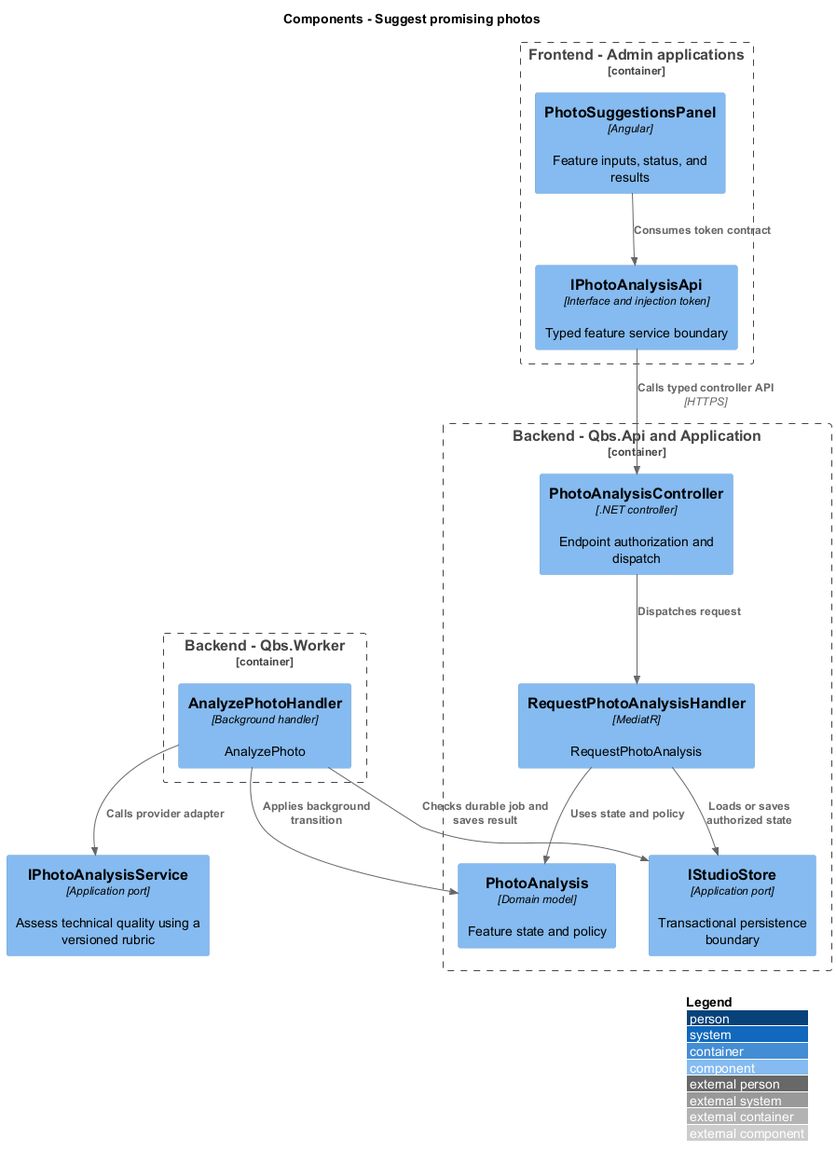
Earlier version of the PlantUML export docs/detailed-designs/session-photos/suggest-promising-photos/diagrams/c4-component.png (QuinntyneBrown/quinntyne-brown-studio). Its diagram source:
```plantuml
@startuml
!include <C4/C4_Component>
LAYOUT_WITH_LEGEND()
title Components - Suggest promising photos
Container_Boundary(frontend, "Frontend - Admin applications") {
 Component(page, "PhotoSuggestionsPanel", "Angular", "Feature inputs, status, and results")
 Component(client, "IPhotoAnalysisApi", "Interface and injection token", "Typed feature service boundary")
}
Container_Boundary(api, "Backend - Qbs.Api and Application") {
 Component(ctrl, "PhotoAnalysisController", ".NET controller", "Endpoint authorization and dispatch")
 Component(handler0, "RequestPhotoAnalysisHandler", "MediatR", "RequestPhotoAnalysis")
 Component(entity, "PhotoAnalysis", "Domain model", "Feature state and policy")
 Component(store, "IStudioStore", "Application port", "Transactional persistence boundary")
}
Container_Boundary(worker, "Backend - Qbs.Worker") {
 Component(job0, "AnalyzePhotoHandler", "Background handler", "AnalyzePhoto")
}
Rel(page, client, "Consumes token contract")
Rel(client, ctrl, "Calls typed controller API", "HTTPS")
Rel(ctrl, handler0, "Dispatches request")
Rel(handler0, entity, "Uses state and policy")
Rel(handler0, store, "Loads or saves authorized state")
Rel(job0, entity, "Applies background transition")
Rel(job0, store, "Checks durable job and saves result")
Component(ext, "IPhotoAnalysisService", "Application port", "Assess technical quality using a versioned rubric")
Rel(job0, ext, "Calls provider adapter")
@enduml
```
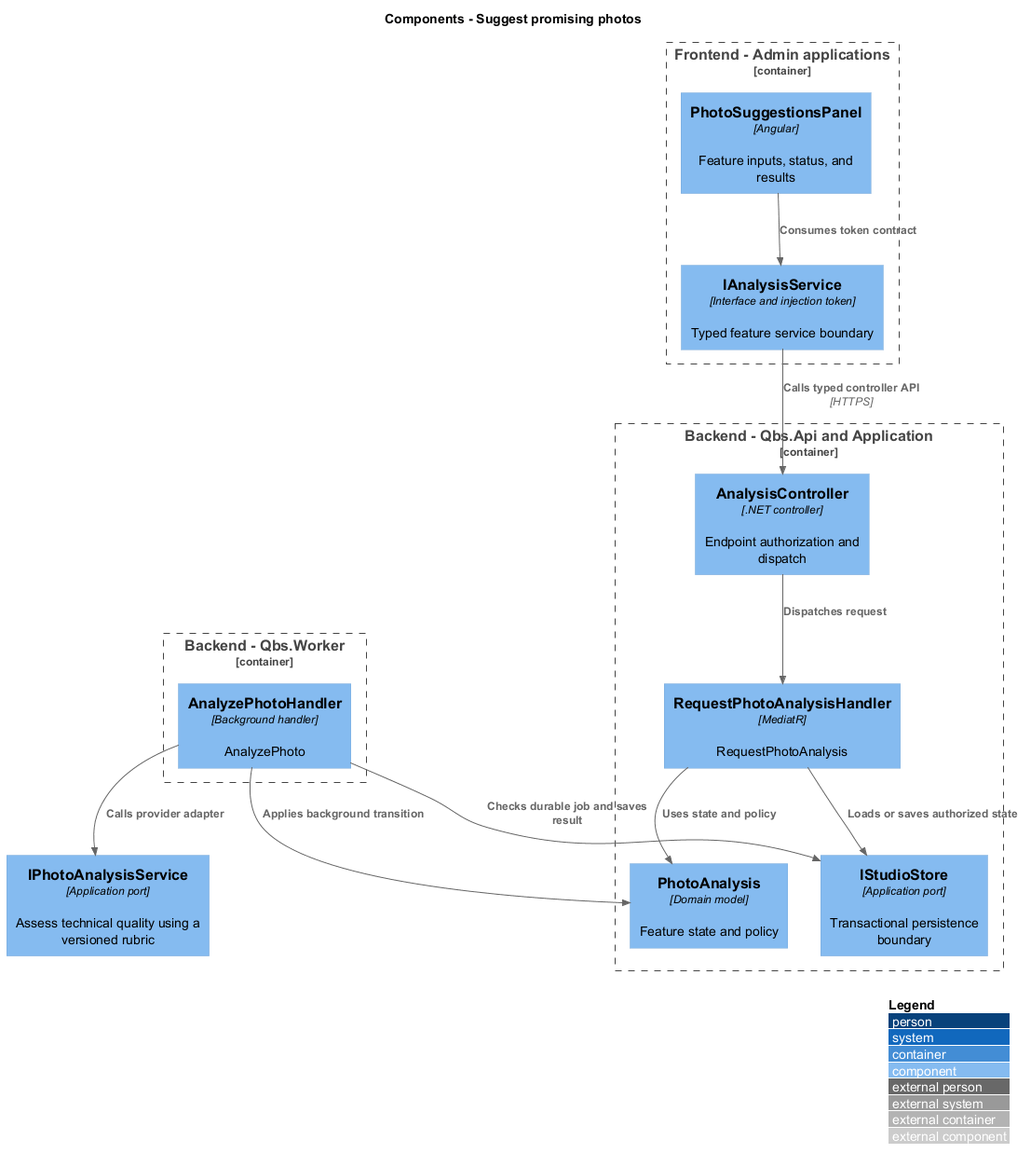
Above is the later version.

The edit, as a diff of the source:
```diff
@@ -4,10 +4,10 @@
 title Components - Suggest promising photos
 Container_Boundary(frontend, "Frontend - Admin applications") {
  Component(page, "PhotoSuggestionsPanel", "Angular", "Feature inputs, status, and results")
- Component(client, "IPhotoAnalysisApi", "Interface and injection token", "Typed feature service boundary")
+ Component(client, "IAnalysisService", "Interface and injection token", "Typed feature service boundary")
 }
 Container_Boundary(api, "Backend - Qbs.Api and Application") {
- Component(ctrl, "PhotoAnalysisController", ".NET controller", "Endpoint authorization and dispatch")
+ Component(ctrl, "AnalysisController", ".NET controller", "Endpoint authorization and dispatch")
  Component(handler0, "RequestPhotoAnalysisHandler", "MediatR", "RequestPhotoAnalysis")
  Component(entity, "PhotoAnalysis", "Domain model", "Feature state and policy")
  Component(store, "IStudioStore", "Application port", "Transactional persistence boundary")
```
